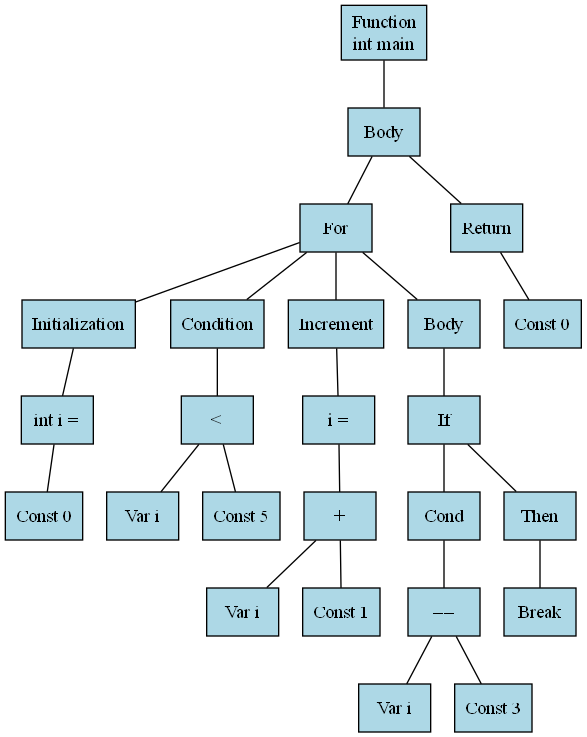
The Graphviz diagram ast.png in MiguelCano-ia/mini-c-plusplus, before a commit. Its source is kept beside it as ast.dot.
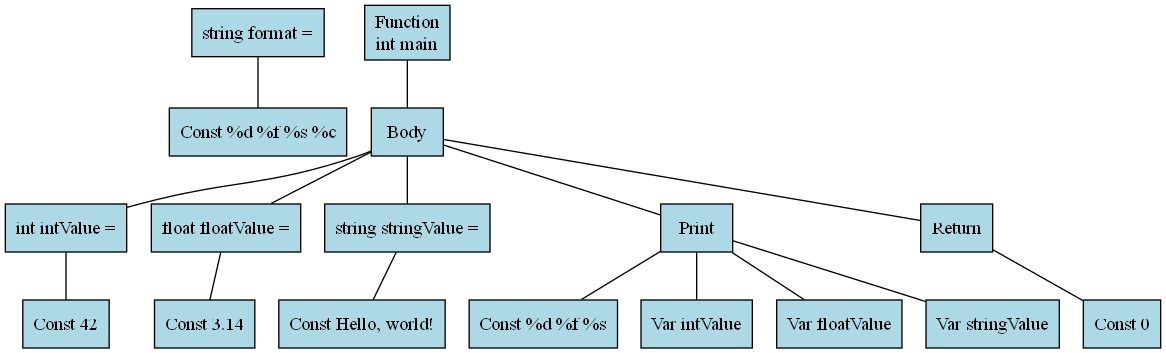
The same file after the commit.

Change to the diagram source:
```diff
@@ -1,54 +1,37 @@
 digraph ast {
 	node [fillcolor=lightblue font=bold fontcolor=black shape=box style=filled]
 	edge [arrowhead=none color=black]
-	n1 [label="Function
+	n1 [label="string format ="]
+	n2 [label="Const %d %f %s %c"]
+	n1 -> n2
+	n3 [label="Function
 int main"]
-	n1 -> n3
-	n3 [label=Body]
-	n4 [label=For]
-	n5 [label=Initialization]
-	n6 [label="int i ="]
-	n7 [label="Const 0"]
+	n3 -> n5
+	n5 [label=Body]
+	n6 [label="int intValue ="]
+	n7 [label="Const 42"]
 	n6 -> n7
 	n5 -> n6
-	n4 -> n5
-	n8 [label=Condition]
-	n9 [label="<"]
-	n10 [label="Var i"]
-	n11 [label="Const 5"]
-	n9 -> n10
-	n9 -> n11
+	n8 [label="float floatValue ="]
+	n9 [label="Const 3.14"]
 	n8 -> n9
-	n4 -> n8
-	n12 [label=Increment]
-	n13 [label="i ="]
-	n14 [label="+"]
-	n15 [label="Var i"]
-	n16 [label="Const 1"]
-	n14 -> n15
-	n14 -> n16
-	n13 -> n14
+	n5 -> n8
+	n10 [label="string stringValue ="]
+	n11 [label="Const Hello, world!"]
+	n10 -> n11
+	n5 -> n10
+	n12 [label=Print]
+	n13 [label="Const %d %f %s"]
 	n12 -> n13
-	n4 -> n12
-	n17 [label=Body]
-	n18 [label=If]
-	n19 [label=Cond]
-	n20 [label="=="]
-	n21 [label="Var i"]
-	n22 [label="Const 3"]
-	n20 -> n21
-	n20 -> n22
-	n19 -> n20
-	n18 -> n19
-	n23 [label=Then]
-	n24 [label=Break]
-	n23 -> n24
-	n18 -> n23
+	n14 [label="Var intValue"]
+	n12 -> n14
+	n15 [label="Var floatValue"]
+	n12 -> n15
+	n16 [label="Var stringValue"]
+	n12 -> n16
+	n5 -> n12
+	n17 [label=Return]
+	n18 [label="Const 0"]
 	n17 -> n18
-	n4 -> n17
-	n3 -> n4
-	n25 [label=Return]
-	n26 [label="Const 0"]
-	n25 -> n26
-	n3 -> n25
+	n5 -> n17
 }
```
